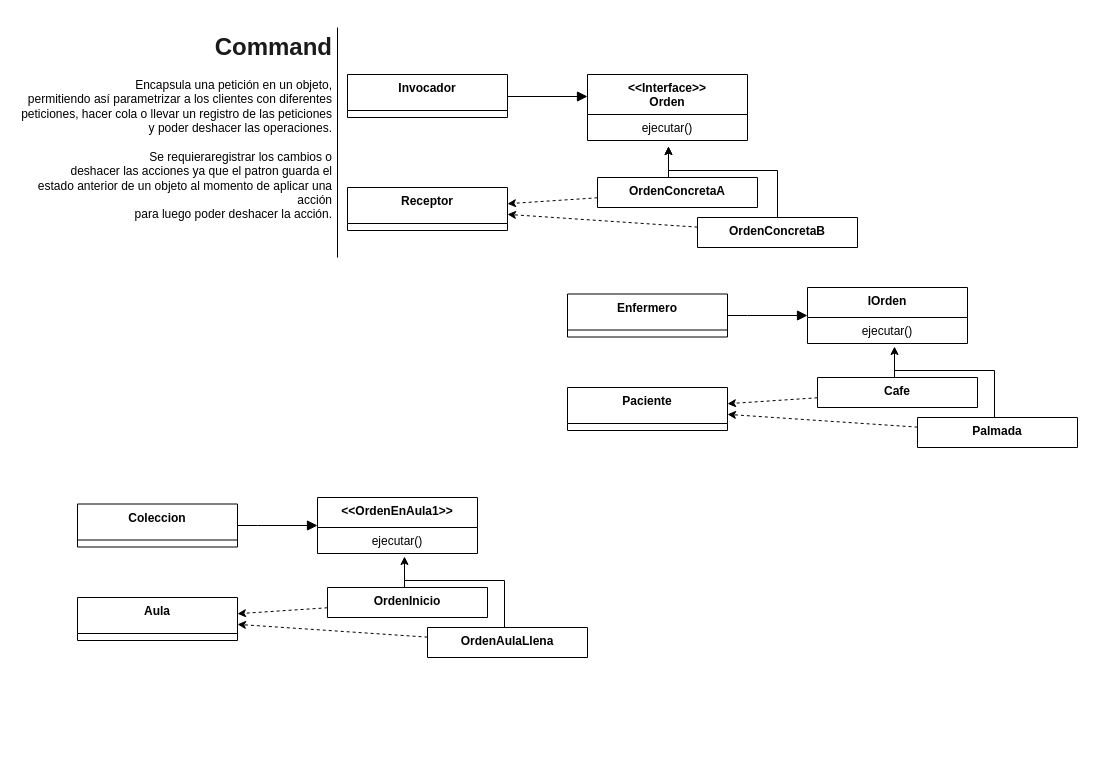
veroyols/I3007_patrones_de_disenio keeps this draw.io diagram as page "5 Command" (2 of 2) of Clase5.drawio. Above is the earlier version. Source tidied: cells renumbered, new cells numbered last; positions are measured from the earlier drawing's top-left corner, leaving out a move shared by most shapes. Both pictures are drawn from the tidied source at 100%, with x=0, y=0 at pixel (17, 27).
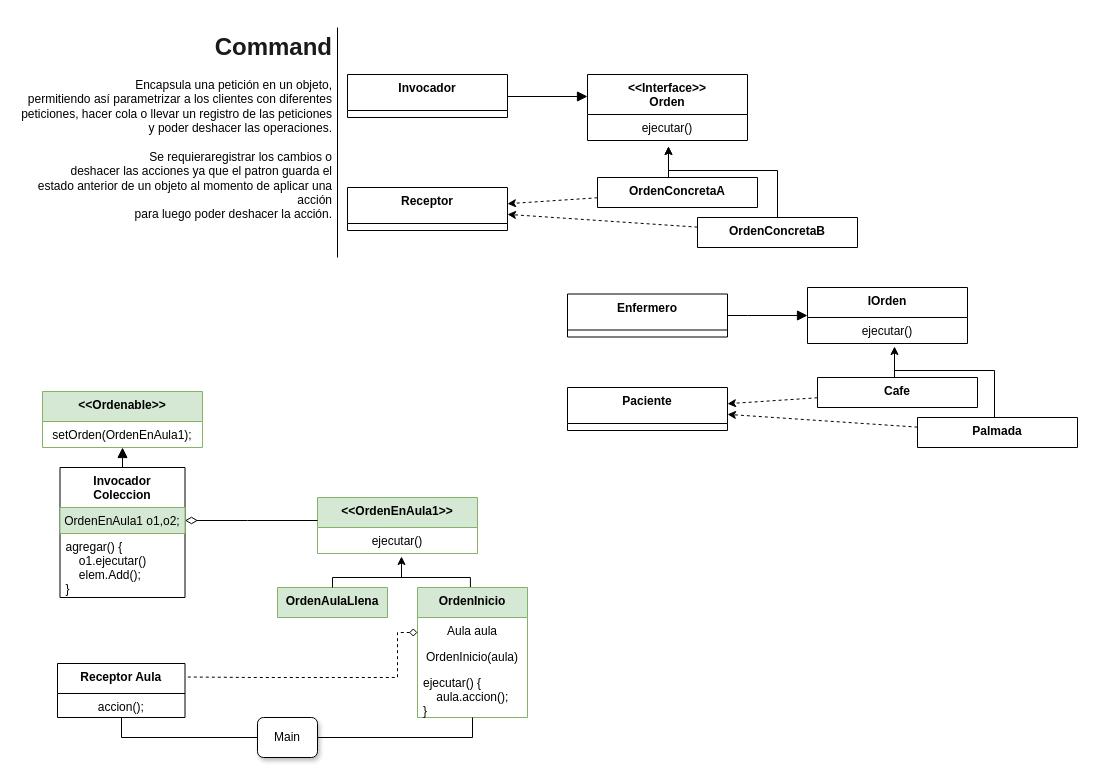
After the change.

The change refers to these unchanged cells:
```xml
<mxCell id="28" value="ejecutar()" style="text;strokeColor=none;fillColor=none;align=center;verticalAlign=top;spacingLeft=4;spacingRight=4;overflow=hidden;points=[[0,0.5],[1,0.5]];portConstraint=eastwest;" parent="27" vertex="1">
  <mxGeometry y="30" width="160" height="26" as="geometry" />
</mxCell>
```

What changed in the source:
```diff
@@
-    <mxCell id="26" value="Coleccion" style="swimlane;fontStyle=1;align=center;verticalAlign=top;horizontal=1;startSize=36;" parent="1" vertex="1">
-      <mxGeometry x="60" y="476.5" width="160" height="43" as="geometry" />
-    </mxCell>
-    <mxCell id="27" value="&lt;&lt;OrdenEnAula1&gt;&gt;" style="swimlane;fontStyle=1;align=center;verticalAlign=top;horizontal=1;startSize=30;" parent="1" vertex="1">
+    <mxCell id="27" value="&lt;&lt;OrdenEnAula1&gt;&gt;" style="swimlane;fontStyle=1;align=center;verticalAlign=top;horizontal=1;startSize=30;fillColor=#d5e8d4;strokeColor=#82b366;" parent="1" vertex="1">
       <mxGeometry x="300" y="470" width="160" height="56" as="geometry" />
     </mxCell>
@@
-    <mxCell id="29" style="endArrow=block;html=1;endFill=1;endSize=8;edgeStyle=orthogonalEdgeStyle;rounded=0;entryX=0;entryY=0.5;entryDx=0;entryDy=0;" parent="1" edge="1" source="26" target="27">
-      <mxGeometry relative="1" as="geometry">
-        <Array as="points">
-          <mxPoint x="240" y="498" />
-          <mxPoint x="240" y="498" />
-        </Array>
-      </mxGeometry>
-    </mxCell>
-    <mxCell id="30" style="edgeStyle=orthogonalEdgeStyle;rounded=0;jettySize=auto;html=1;exitX=0.481;exitY=0;exitDx=0;exitDy=0;endArrow=classic;endFill=1;exitPerimeter=0;" parent="1" edge="1" source="31">
+    <mxCell id="30" style="edgeStyle=orthogonalEdgeStyle;rounded=0;jettySize=auto;html=1;exitX=0.481;exitY=0;exitDx=0;exitDy=0;endArrow=classic;endFill=1;exitPerimeter=0;entryX=0.525;entryY=1.115;entryDx=0;entryDy=0;entryPerimeter=0;" parent="1" edge="1" source="31" target="28">
       <mxGeometry relative="1" as="geometry">
-        <mxPoint x="387" y="529" as="targetPoint" />
         <Array as="points">
-          <mxPoint x="387" y="529" />
+          <mxPoint x="453" y="550" />
+          <mxPoint x="384" y="550" />
         </Array>
       </mxGeometry>
     </mxCell>
-    <mxCell id="31" value="OrdenInicio" style="swimlane;fontStyle=1;align=center;verticalAlign=top;horizontal=1;startSize=30;" parent="1" vertex="1">
-      <mxGeometry x="310" y="560" width="160" height="30" as="geometry" />
+    <mxCell id="31" value="OrdenInicio" style="swimlane;fontStyle=1;align=center;verticalAlign=top;horizontal=1;startSize=30;fillColor=#d5e8d4;strokeColor=#82b366;" parent="1" vertex="1">
+      <mxGeometry x="400" y="560" width="110" height="130" as="geometry" />
     </mxCell>
+    <mxCell id="37" value="Aula aula" style="text;strokeColor=none;fillColor=none;align=center;verticalAlign=top;spacingLeft=4;spacingRight=4;overflow=hidden;" parent="31" vertex="1">
+      <mxGeometry y="30" width="110" height="26" as="geometry" />
+    </mxCell>
+    <mxCell id="38" value="OrdenInicio(aula)" style="text;strokeColor=none;fillColor=none;align=center;verticalAlign=top;spacingLeft=4;spacingRight=4;overflow=hidden;" parent="31" vertex="1">
+      <mxGeometry y="56" width="110" height="26" as="geometry" />
+    </mxCell>
+    <mxCell id="39" value="ejecutar() {&#10;    aula.accion();&#10;}" style="text;strokeColor=none;fillColor=none;align=left;verticalAlign=top;spacingLeft=4;spacingRight=4;overflow=hidden;points=[[0,0.5],[1,0.5]];portConstraint=eastwest;" parent="31" vertex="1">
+      <mxGeometry y="82" width="110" height="48" as="geometry" />
+    </mxCell>
-    <mxCell id="32" value="OrdenAulaLlena" style="swimlane;fontStyle=1;align=center;verticalAlign=top;horizontal=1;startSize=30;" parent="1" vertex="1">
-      <mxGeometry x="410" y="600" width="160" height="30" as="geometry" />
+    <mxCell id="32" value="OrdenAulaLlena" style="swimlane;fontStyle=1;align=center;verticalAlign=top;horizontal=1;startSize=30;fillColor=#d5e8d4;strokeColor=#82b366;" parent="1" vertex="1">
+      <mxGeometry x="260" y="560" width="110" height="30" as="geometry" />
     </mxCell>
-    <mxCell id="33" style="edgeStyle=orthogonalEdgeStyle;rounded=0;orthogonalLoop=1;jettySize=auto;html=1;exitX=0.5;exitY=0;exitDx=0;exitDy=0;endArrow=none;endFill=0;" parent="1" edge="1">
+    <mxCell id="33" style="edgeStyle=orthogonalEdgeStyle;rounded=0;jettySize=auto;html=1;exitX=0.5;exitY=0;exitDx=0;exitDy=0;endArrow=none;endFill=0;" parent="1" edge="1" source="32">
       <mxGeometry relative="1" as="geometry">
-        <mxPoint x="487" y="600" as="sourcePoint" />
-        <mxPoint x="387" y="553" as="targetPoint" />
+        <mxPoint x="390" y="550" as="targetPoint" />
         <Array as="points">
-          <mxPoint x="487" y="553" />
+          <mxPoint x="315" y="550" />
         </Array>
       </mxGeometry>
     </mxCell>
-    <mxCell id="34" value="Aula" style="swimlane;fontStyle=1;align=center;verticalAlign=top;horizontal=1;startSize=36;" parent="1" vertex="1">
-      <mxGeometry x="60" y="570" width="160" height="43" as="geometry" />
+    <mxCell id="34" value="Receptor Aula" style="swimlane;fontStyle=1;align=center;verticalAlign=top;horizontal=1;startSize=30;" parent="1" vertex="1">
+      <mxGeometry x="40" y="636" width="127.5" height="54" as="geometry" />
     </mxCell>
+    <mxCell id="40" value="accion();" style="text;strokeColor=none;fillColor=none;align=center;verticalAlign=top;spacingLeft=4;spacingRight=4;overflow=hidden;" parent="34" vertex="1">
+      <mxGeometry y="30" width="127.5" height="24" as="geometry" />
+    </mxCell>
-    <mxCell id="35" style="endArrow=classic;html=1;dashed=1;" parent="1" edge="1" source="31" target="34">
-      <mxGeometry relative="1" as="geometry" />
+    <mxCell id="35" style="endArrow=none;html=1;dashed=1;edgeStyle=orthogonalEdgeStyle;rounded=0;entryX=1;entryY=0.25;entryDx=0;entryDy=0;endFill=0;startArrow=diamond;startFill=0;" parent="1" edge="1" source="31" target="34">
+      <mxGeometry relative="1" as="geometry">
+        <Array as="points">
+          <mxPoint x="380" y="605" />
+          <mxPoint x="380" y="650" />
+          <mxPoint x="240" y="650" />
+        </Array>
+      </mxGeometry>
     </mxCell>
-    <mxCell id="36" style="endArrow=classic;html=1;dashed=1;" parent="1" edge="1" source="32" target="34">
-      <mxGeometry relative="1" as="geometry" />
+    <mxCell id="36" style="endArrow=diamondThin;html=1;endFill=0;entryX=1;entryY=0.5;entryDx=0;entryDy=0;rounded=0;edgeStyle=orthogonalEdgeStyle;startSize=10;endSize=10;" parent="1" edge="1" source="27" target="44">
+      <mxGeometry relative="1" as="geometry">
+        <Array as="points">
+          <mxPoint x="230" y="493" />
+          <mxPoint x="230" y="493" />
+        </Array>
+      </mxGeometry>
     </mxCell>
+    <mxCell id="41" value="&lt;&lt;Ordenable&gt;&gt;" style="swimlane;fontStyle=1;align=center;verticalAlign=top;horizontal=1;startSize=30;fillColor=#d5e8d4;strokeColor=#82b366;" parent="1" vertex="1">
+      <mxGeometry x="25" y="364" width="160" height="56" as="geometry" />
+    </mxCell>
+    <mxCell id="42" value="setOrden(OrdenEnAula1);" style="text;strokeColor=none;fillColor=none;align=center;verticalAlign=top;spacingLeft=4;spacingRight=4;overflow=hidden;" parent="41" vertex="1">
+      <mxGeometry y="30" width="160" height="26" as="geometry" />
+    </mxCell>
+    <mxCell id="43" value="Invocador&#10;Coleccion" style="swimlane;fontStyle=1;align=center;verticalAlign=top;horizontal=1;startSize=40;" parent="1" vertex="1">
+      <mxGeometry x="42.5" y="440" width="125" height="130" as="geometry" />
+    </mxCell>
+    <mxCell id="44" value="OrdenEnAula1 o1,o2;" style="text;align=center;verticalAlign=top;spacingLeft=4;spacingRight=4;overflow=hidden;points=[[0,0.5],[1,0.5]];portConstraint=eastwest;fillColor=#d5e8d4;strokeColor=#82b366;" parent="43" vertex="1">
+      <mxGeometry y="40" width="125" height="26" as="geometry" />
+    </mxCell>
+    <mxCell id="45" value="agregar() { &#10;    o1.ejecutar()&#10;    elem.Add();&#10;}&#10;" style="text;strokeColor=none;fillColor=none;align=left;verticalAlign=top;spacingLeft=4;spacingRight=4;overflow=hidden;" parent="43" vertex="1">
+      <mxGeometry y="66" width="125" height="64" as="geometry" />
+    </mxCell>
+    <mxCell id="46" style="endArrow=block;html=1;endFill=1;endSize=8;edgeStyle=orthogonalEdgeStyle;rounded=0;exitX=0.5;exitY=0;exitDx=0;exitDy=0;" parent="1" edge="1" source="43" target="41">
+      <mxGeometry relative="1" as="geometry" />
+    </mxCell>
+    <mxCell id="47" style="edgeStyle=orthogonalEdgeStyle;rounded=0;jettySize=auto;html=1;exitX=0;exitY=0.5;exitDx=0;exitDy=0;startArrow=none;startFill=0;endArrow=none;endFill=0;startSize=10;endSize=10;" parent="1" edge="1" source="48" target="34">
+      <mxGeometry relative="1" as="geometry">
+        <Array as="points">
+          <mxPoint x="104" y="710" />
+        </Array>
+      </mxGeometry>
+    </mxCell>
+    <mxCell id="48" value="Main" style="rounded=1;whiteSpace=wrap;html=1;align=center;shadow=1;" parent="1" vertex="1">
+      <mxGeometry x="240" y="690" width="60" height="40" as="geometry" />
+    </mxCell>
+    <mxCell id="49" style="edgeStyle=orthogonalEdgeStyle;rounded=0;jettySize=auto;html=1;startArrow=none;startFill=0;endArrow=none;endFill=0;startSize=10;endSize=10;" parent="1" edge="1" source="48" target="39">
+      <mxGeometry relative="1" as="geometry">
+        <Array as="points">
+          <mxPoint x="455" y="710" />
+        </Array>
+      </mxGeometry>
+    </mxCell>
```
